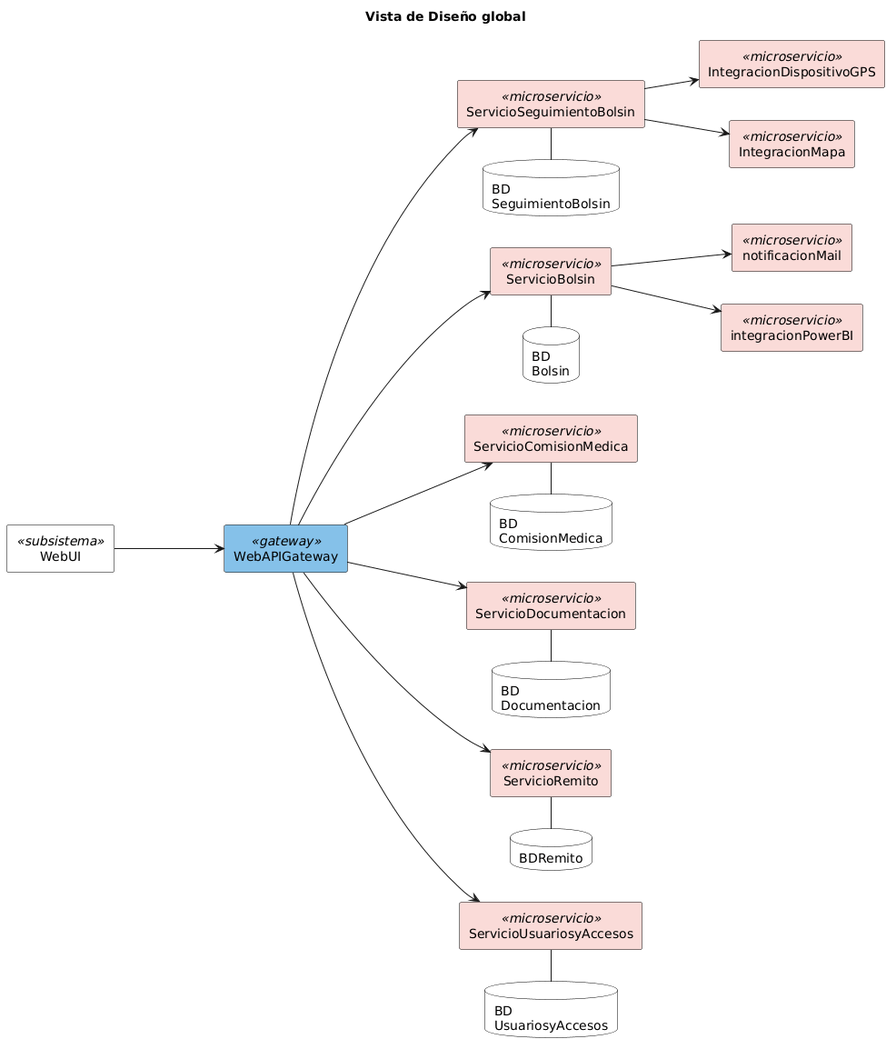
Earlier version of the PlantUML export out/vistasArquitectónicas/vistaDiseno_Global/vistaDiseno_Global.png (FabrizioRava/PPAI-2026-Grupo1).
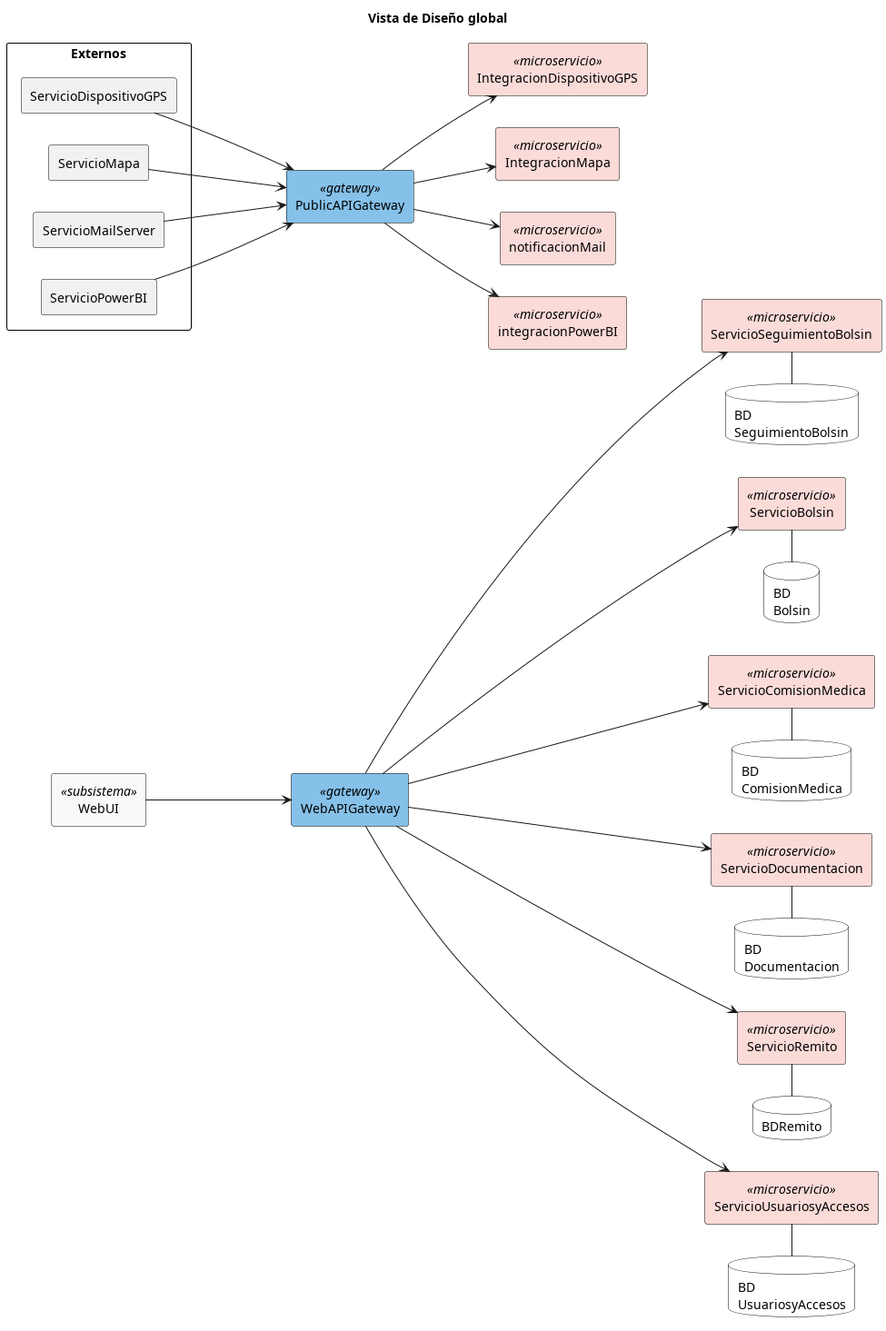
Above is the later version.

What changed in the source:
```diff
@@ -1,4 +1,4 @@
-@startuml
+@startuml vistaDiseno_Global
 title Vista de Diseño global
 
 left to right direction
@@ -16,9 +16,22 @@
   BorderColor Black
 }
 
+skinparam rectangle {
+  BackgroundColor transparent
+  BorderColor Black
+}
+
 component "WebUI" as WebUI <<subsistema>>
 
+rectangle "Externos" as SistemasExternos {
+  component "ServicioDispositivoGPS" as ServicioDispositivoGPS
+  component "ServicioMapa" as ServicioMapa
+  component "ServicioMailServer" as ServicioMailServer
+  component "ServicioPowerBI" as ServicioPowerBI
+}
+
 component "WebAPIGateway" as WebGateway <<gateway>>
+component "PublicAPIGateway" as PublicGateway <<gateway>>
 
 component "ServicioSeguimientoBolsin" as SVC_SeguimientoBolsin <<microservicio>>
 database "BD\nSeguimientoBolsin" as DB_SeguimientoBolsin
@@ -50,6 +63,10 @@
 SVC_UsuariosyAccesos - DB_UsuariosyAccesos
 
 WebUI ---> WebGateway
+ServicioDispositivoGPS ---> PublicGateway
+ServicioMapa ---> PublicGateway
+ServicioMailServer ---> PublicGateway
+ServicioPowerBI ---> PublicGateway
 
 WebGateway ---> SVC_SeguimientoBolsin
 WebGateway ---> SVC_Bolsin
@@ -58,9 +75,9 @@
 WebGateway ---> SVC_UsuariosyAccesos
 WebGateway ---> SVC_Remito
 
-SVC_SeguimientoBolsin --> SVC_Integracion
-SVC_SeguimientoBolsin --> SVC_IntegracionMapa
+PublicGateway --> SVC_Integracion
+PublicGateway --> SVC_IntegracionMapa
+PublicGateway --> SVC_NotificacionMail
+PublicGateway --> SVC_IntegracionPowerBI
 
-SVC_Bolsin --> SVC_NotificacionMail
-SVC_Bolsin --> SVC_IntegracionPowerBI
 @enduml
```
